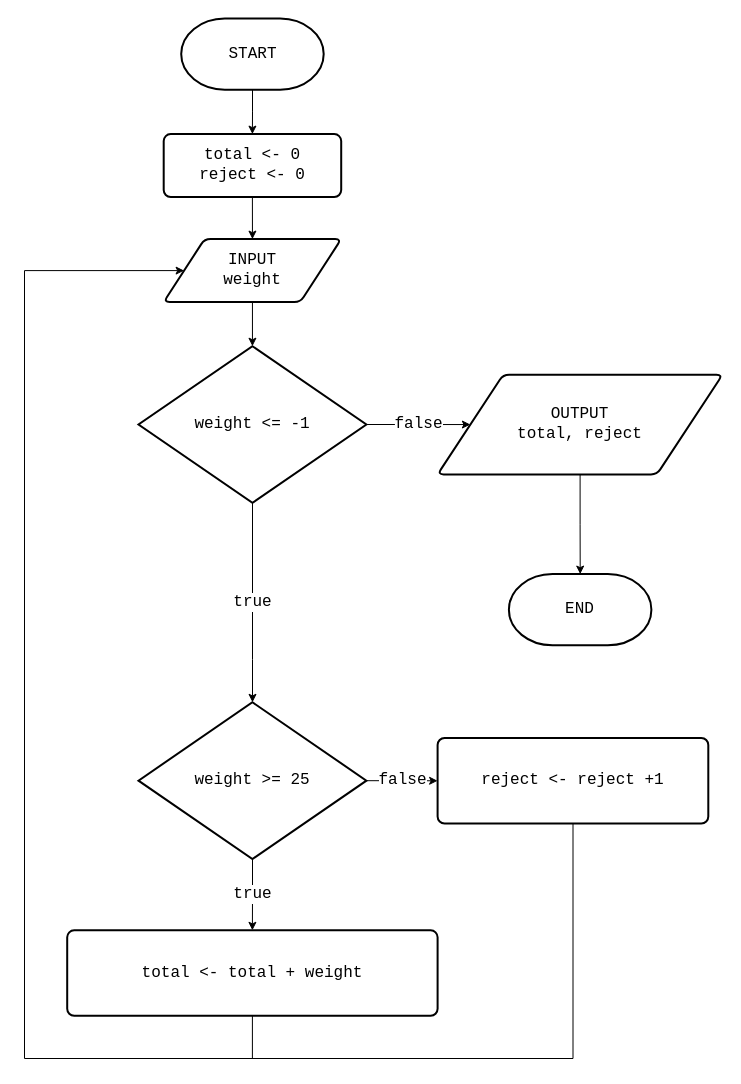
Earlier version of the draw.io diagram sfl2manu.drawio (ashenm/blob). Source tidied: cells renumbered, new cells numbered last; positions are measured from the earlier drawing's top-left corner, leaving out a move shared by most shapes. Both pictures are drawn from the tidied source at 100%, with x=0, y=0 at pixel (24, 18).
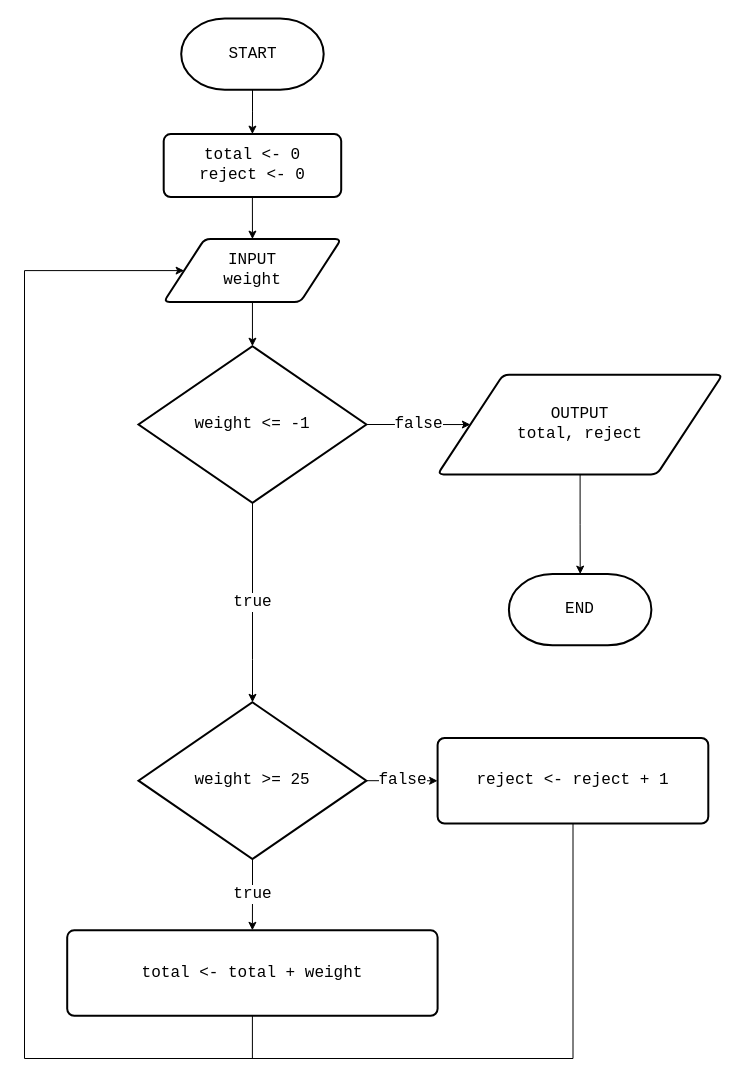
The same page after the edit.

Unchanged cells that the change refers to:
```xml
<mxCell id="2" style="group;" parent="1" vertex="1">
  <mxGeometry width="698.1" height="1040" as="geometry" />
</mxCell>
```

Change to the diagram source:
```diff
@@
-    <mxCell id="5" value="reject &amp;lt;- reject +1" style="rounded=1;whiteSpace=wrap;html=1;absoluteArcSize=1;arcSize=14;strokeWidth=2;fontFamily=Courier New;fontSize=16;" parent="2" vertex="1">
+    <mxCell id="5" value="reject &amp;lt;- reject + 1" style="rounded=1;whiteSpace=wrap;html=1;absoluteArcSize=1;arcSize=14;strokeWidth=2;fontFamily=Courier New;fontSize=16;" parent="2" vertex="1">
       <mxGeometry x="413.1" y="719.5" width="270.7" height="85.5" as="geometry" />
     </mxCell>
```
